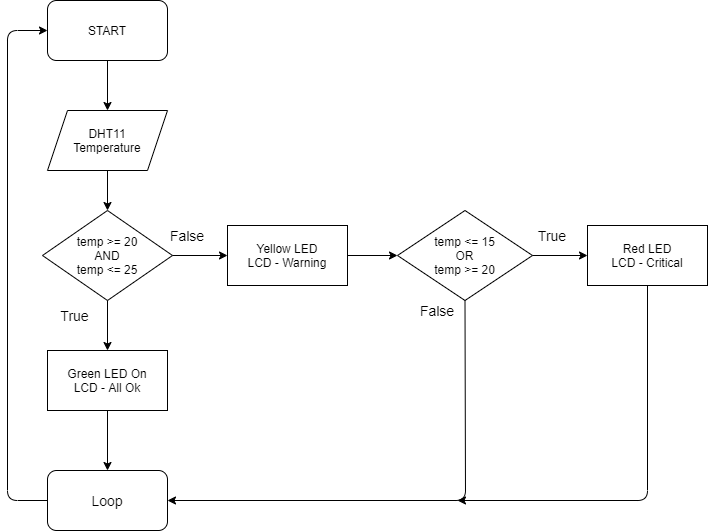
Systemad/arduino-project keeps this draw.io diagram as Flowchart.png. Above is the earlier version. Source tidied: cells renumbered, new cells last; positions are measured from the earlier drawing's top-left corner, leaving out a move shared by most shapes.
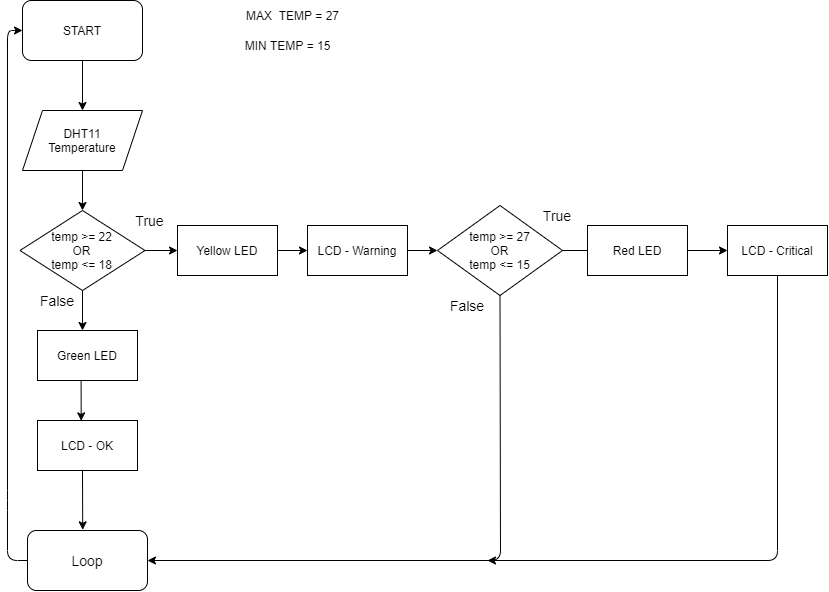
Above is the later version.

What changed in the source:
```diff
@@ -3,86 +3,117 @@
     <mxCell id="0" />
     <mxCell id="1" parent="0" />
     <mxCell id="2" value="START" style="rounded=1;whiteSpace=wrap;html=1;" parent="1" vertex="1">
-      <mxGeometry x="40" width="120" height="60" as="geometry" />
+      <mxGeometry x="15" width="120" height="60" as="geometry" />
     </mxCell>
     <mxCell id="3" value="DHT11&lt;br&gt;Temperature" style="shape=parallelogram;perimeter=parallelogramPerimeter;whiteSpace=wrap;html=1;fixedSize=1;" parent="1" vertex="1">
-      <mxGeometry x="40" y="110" width="120" height="60" as="geometry" />
+      <mxGeometry x="15" y="110" width="120" height="60" as="geometry" />
     </mxCell>
     <mxCell id="4" style="endArrow=classic;html=1;exitX=0.5;exitY=1;exitDx=0;exitDy=0;entryX=0.5;entryY=0;entryDx=0;entryDy=0;" parent="1" edge="1" source="2" target="3">
       <mxGeometry relative="1" as="geometry" />
     </mxCell>
-    <mxCell id="5" value="temp &amp;gt;= 20&lt;br&gt;AND&lt;br&gt;temp &amp;lt;= 25" style="rhombus;whiteSpace=wrap;html=1;" parent="1" vertex="1">
-      <mxGeometry x="35" y="210" width="130" height="90" as="geometry" />
+    <mxCell id="5" value="temp &amp;gt;= 22&lt;br&gt;OR&lt;br&gt;temp &amp;lt;= 18" style="rhombus;whiteSpace=wrap;html=1;" parent="1" vertex="1">
+      <mxGeometry x="12.5" y="210" width="125" height="80" as="geometry" />
     </mxCell>
     <mxCell id="6" style="endArrow=classic;html=1;exitX=0.5;exitY=1;exitDx=0;exitDy=0;entryX=0.5;entryY=0;entryDx=0;entryDy=0;" parent="1" edge="1" source="3" target="5">
       <mxGeometry relative="1" as="geometry" />
     </mxCell>
-    <mxCell id="7" style="endArrow=classic;html=1;exitX=0.5;exitY=1;exitDx=0;exitDy=0;entryX=0.5;entryY=0;entryDx=0;entryDy=0;" parent="1" edge="1" source="5" target="8">
-      <mxGeometry relative="1" as="geometry" />
+    <mxCell id="7" style="endArrow=classic;html=1;exitX=0.5;exitY=1;exitDx=0;exitDy=0;entryX=0.5;entryY=0;entryDx=0;entryDy=0;" parent="1" edge="1" source="5">
+      <mxGeometry relative="1" as="geometry">
+        <mxPoint x="75" y="330" as="targetPoint" />
+      </mxGeometry>
     </mxCell>
-    <mxCell id="8" value="Green LED On&lt;br&gt;LCD - All Ok" style="rounded=0;whiteSpace=wrap;html=1;" parent="1" vertex="1">
-      <mxGeometry x="40" y="350" width="120" height="60" as="geometry" />
-    </mxCell>
     <mxCell id="9" value="&lt;font style=&quot;font-size: 14px&quot;&gt;True&lt;/font&gt;" style="text;html=1;strokeColor=none;fillColor=none;align=center;verticalAlign=middle;whiteSpace=wrap;rounded=0;" parent="1" vertex="1">
-      <mxGeometry x="40" y="300" width="55" height="30" as="geometry" />
+      <mxGeometry x="115" y="205" width="55" height="30" as="geometry" />
     </mxCell>
     <mxCell id="10" value="&lt;font style=&quot;font-size: 14px&quot;&gt;False&lt;/font&gt;" style="text;html=1;strokeColor=none;fillColor=none;align=center;verticalAlign=middle;whiteSpace=wrap;rounded=0;" parent="1" vertex="1">
-      <mxGeometry x="160" y="225" width="40" height="20" as="geometry" />
+      <mxGeometry x="30" y="290" width="40" height="20" as="geometry" />
     </mxCell>
-    <mxCell id="11" value="Yellow LED&lt;br&gt;LCD - Warning" style="rounded=0;whiteSpace=wrap;html=1;" parent="1" vertex="1">
-      <mxGeometry x="220" y="225" width="120" height="60" as="geometry" />
+    <mxCell id="11" value="Yellow LED&lt;br&gt;" style="rounded=0;whiteSpace=wrap;html=1;" parent="1" vertex="1">
+      <mxGeometry x="170" y="225" width="100" height="50" as="geometry" />
     </mxCell>
-    <mxCell id="12" value="&lt;span&gt;temp &amp;lt;= 15&lt;/span&gt;&lt;br&gt;&lt;span&gt;OR&lt;/span&gt;&lt;br&gt;&lt;span&gt;temp &amp;gt;= 20&lt;/span&gt;" style="rhombus;whiteSpace=wrap;html=1;" parent="1" vertex="1">
-      <mxGeometry x="390" y="210" width="135" height="90" as="geometry" />
+    <mxCell id="12" value="&lt;span&gt;temp &amp;gt;= 27&lt;/span&gt;&lt;br&gt;&lt;span&gt;OR&lt;/span&gt;&lt;br&gt;&lt;span&gt;temp &amp;lt;= 15&lt;/span&gt;" style="rhombus;whiteSpace=wrap;html=1;" parent="1" vertex="1">
+      <mxGeometry x="430" y="205" width="125" height="90" as="geometry" />
     </mxCell>
-    <mxCell id="13" value="Red LED&lt;br&gt;LCD - Critical" style="rounded=0;whiteSpace=wrap;html=1;" parent="1" vertex="1">
-      <mxGeometry x="580" y="225" width="120" height="60" as="geometry" />
-    </mxCell>
     <mxCell id="14" value="&lt;font style=&quot;font-size: 14px&quot;&gt;Loop&lt;/font&gt;" style="rounded=1;whiteSpace=wrap;html=1;" parent="1" vertex="1">
-      <mxGeometry x="40" y="470" width="120" height="60" as="geometry" />
+      <mxGeometry x="20" y="530" width="120" height="60" as="geometry" />
     </mxCell>
-    <mxCell id="15" style="endArrow=classic;html=1;entryX=0.5;entryY=0;entryDx=0;entryDy=0;exitX=0.5;exitY=1;exitDx=0;exitDy=0;" parent="1" edge="1" source="8" target="14">
-      <mxGeometry relative="1" as="geometry" />
-    </mxCell>
     <mxCell id="16" style="endArrow=classic;html=1;exitX=0;exitY=0.5;exitDx=0;exitDy=0;entryX=0;entryY=0.5;entryDx=0;entryDy=0;" parent="1" edge="1" source="14" target="2">
       <mxGeometry relative="1" as="geometry">
         <Array as="points">
+          <mxPoint y="560" />
           <mxPoint y="500" />
           <mxPoint y="30" />
         </Array>
       </mxGeometry>
     </mxCell>
-    <mxCell id="17" style="endArrow=classic;html=1;entryX=0;entryY=0.5;entryDx=0;entryDy=0;" parent="1" edge="1" source="11" target="12">
-      <mxGeometry relative="1" as="geometry" />
-    </mxCell>
-    <mxCell id="18" style="endArrow=classic;html=1;exitX=1;exitY=0.5;exitDx=0;exitDy=0;entryX=0;entryY=0.5;entryDx=0;entryDy=0;" parent="1" edge="1" source="12" target="13">
-      <mxGeometry relative="1" as="geometry" />
-    </mxCell>
     <mxCell id="19" value="&lt;font style=&quot;font-size: 14px&quot;&gt;False&lt;/font&gt;" style="text;html=1;strokeColor=none;fillColor=none;align=center;verticalAlign=middle;whiteSpace=wrap;rounded=0;" parent="1" vertex="1">
-      <mxGeometry x="410" y="300" width="40" height="20" as="geometry" />
+      <mxGeometry x="440" y="295" width="40" height="20" as="geometry" />
     </mxCell>
     <mxCell id="20" style="endArrow=classic;html=1;exitX=0.5;exitY=1;exitDx=0;exitDy=0;entryX=1;entryY=0.5;entryDx=0;entryDy=0;" parent="1" edge="1" source="12" target="14">
       <mxGeometry relative="1" as="geometry">
         <Array as="points">
-          <mxPoint x="458" y="500" />
+          <mxPoint x="493" y="560" />
         </Array>
       </mxGeometry>
     </mxCell>
     <mxCell id="21" value="&lt;font style=&quot;font-size: 14px&quot;&gt;True&lt;/font&gt;" style="text;html=1;strokeColor=none;fillColor=none;align=center;verticalAlign=middle;whiteSpace=wrap;rounded=0;" parent="1" vertex="1">
-      <mxGeometry x="525" y="225" width="40" height="20" as="geometry" />
+      <mxGeometry x="530" y="205" width="40" height="20" as="geometry" />
     </mxCell>
-    <mxCell id="22" style="endArrow=classic;html=1;exitX=1;exitY=0.5;exitDx=0;exitDy=0;" parent="1" edge="1" source="5">
-      <mxGeometry relative="1" as="geometry">
-        <mxPoint x="220" y="255" as="targetPoint" />
-      </mxGeometry>
-    </mxCell>
-    <mxCell id="23" style="endArrow=classic;html=1;exitX=0.5;exitY=1;exitDx=0;exitDy=0;" parent="1" edge="1" source="13">
+    <mxCell id="23" style="endArrow=classic;html=1;exitX=0.5;exitY=1;exitDx=0;exitDy=0;" parent="1" edge="1" source="32">
       <mxGeometry relative="1" as="geometry">
-        <mxPoint x="450" y="500" as="targetPoint" />
+        <mxPoint x="480" y="560" as="targetPoint" />
         <Array as="points">
-          <mxPoint x="640" y="500" />
+          <mxPoint x="770" y="560" />
         </Array>
       </mxGeometry>
     </mxCell>
+    <mxCell id="24" value="MAX&amp;nbsp; TEMP = 27" style="text;html=1;align=center;verticalAlign=middle;" parent="1" vertex="1">
+      <mxGeometry x="230" y="5" width="110" height="20" as="geometry" />
+    </mxCell>
+    <mxCell id="25" value="MIN TEMP = 15" style="text;html=1;align=center;verticalAlign=middle;" parent="1" vertex="1">
+      <mxGeometry x="230" y="35" width="100" height="20" as="geometry" />
+    </mxCell>
+    <mxCell id="26" style="endArrow=classic;html=1;exitX=0.436;exitY=0.986;exitDx=0;exitDy=0;entryX=0.437;entryY=0.007;entryDx=0;entryDy=0;exitPerimeter=0;entryPerimeter=0;" parent="1" edge="1" source="36" target="37">
+      <mxGeometry relative="1" as="geometry" />
+    </mxCell>
+    <mxCell id="27" style="endArrow=classic;html=1;exitX=1;exitY=0.5;exitDx=0;exitDy=0;" parent="1" edge="1" source="12">
+      <mxGeometry relative="1" as="geometry">
+        <mxPoint x="590" y="250" as="targetPoint" />
+      </mxGeometry>
+    </mxCell>
+    <mxCell id="28" style="endArrow=classic;html=1;entryX=0;entryY=0.5;entryDx=0;entryDy=0;exitX=1;exitY=0.5;exitDx=0;exitDy=0;" parent="1" edge="1" source="31" target="32">
+      <mxGeometry relative="1" as="geometry" />
+    </mxCell>
+    <mxCell id="29" style="endArrow=classic;html=1;entryX=0.46;entryY=-0.011;entryDx=0;entryDy=0;entryPerimeter=0;" parent="1" edge="1" target="14">
+      <mxGeometry relative="1" as="geometry">
+        <mxPoint x="75" y="470" as="sourcePoint" />
+      </mxGeometry>
+    </mxCell>
+    <mxCell id="30" value="LCD - Warning" style="rounded=0;whiteSpace=wrap;html=1;" parent="1" vertex="1">
+      <mxGeometry x="300" y="225" width="100" height="50" as="geometry" />
+    </mxCell>
+    <mxCell id="31" value="Red LED" style="rounded=0;whiteSpace=wrap;html=1;" parent="1" vertex="1">
+      <mxGeometry x="580" y="225" width="100" height="50" as="geometry" />
+    </mxCell>
+    <mxCell id="32" value="LCD - Critical" style="rounded=0;whiteSpace=wrap;html=1;" parent="1" vertex="1">
+      <mxGeometry x="720" y="225" width="100" height="50" as="geometry" />
+    </mxCell>
+    <mxCell id="33" style="endArrow=classic;html=1;exitX=1;exitY=0.5;exitDx=0;exitDy=0;entryX=0;entryY=0.5;entryDx=0;entryDy=0;" parent="1" edge="1" source="5" target="11">
+      <mxGeometry relative="1" as="geometry" />
+    </mxCell>
+    <mxCell id="34" style="endArrow=classic;html=1;exitX=1;exitY=0.5;exitDx=0;exitDy=0;" parent="1" edge="1" source="11">
+      <mxGeometry relative="1" as="geometry">
+        <mxPoint x="300" y="250" as="targetPoint" />
+      </mxGeometry>
+    </mxCell>
+    <mxCell id="35" style="endArrow=classic;html=1;exitX=1;exitY=0.5;exitDx=0;exitDy=0;" parent="1" edge="1" source="30" target="12">
+      <mxGeometry relative="1" as="geometry" />
+    </mxCell>
+    <mxCell id="36" value="Green LED" style="rounded=0;whiteSpace=wrap;html=1;" parent="1" vertex="1">
+      <mxGeometry x="30" y="330" width="100" height="50" as="geometry" />
+    </mxCell>
+    <mxCell id="37" value="LCD - OK" style="rounded=0;whiteSpace=wrap;html=1;" parent="1" vertex="1">
+      <mxGeometry x="30" y="420" width="100" height="50" as="geometry" />
+    </mxCell>
   </root>
 </mxGraphModel>
```
